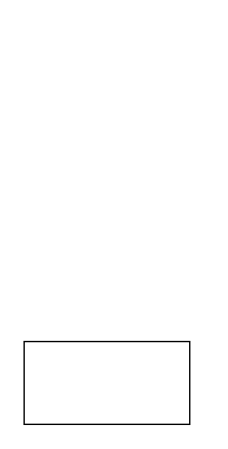
Earlier version of the draw.io diagram Untitled Diagram.drawio (heihei180/temp_file). Source tidied: cells renumbered, new cells numbered last; positions are measured from the earlier drawing's top-left corner, leaving out a move shared by most shapes. Both pictures are drawn from the tidied source at 138%, with x=0, y=0 at pixel (23, 341).
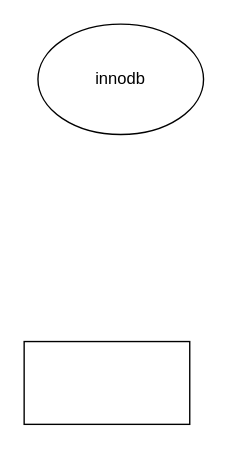
Above is the later version.

What changed in the source:
```diff
@@
 <mxGraphModel>
   <root>
     <mxCell id="0" />
     <mxCell id="1" parent="0" />
     <mxCell id="2" style="rounded=0;whiteSpace=wrap;html=1;" parent="1" vertex="1">
       <mxGeometry width="120" height="60" as="geometry" />
     </mxCell>
+    <mxCell id="3" value="innodb" style="ellipse;whiteSpace=wrap;html=1;" parent="1" vertex="1">
+      <mxGeometry x="10" y="-230" width="120" height="80" as="geometry" />
+    </mxCell>
   </root>
 </mxGraphModel>
```
